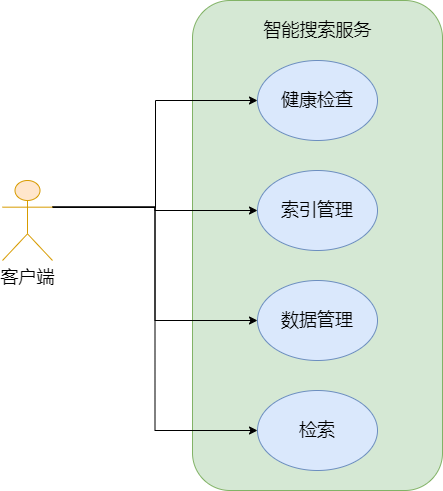
zjcDM/MRMD keeps this draw.io diagram as .settings/未命名绘图.drawio.png. Above is the earlier version. Source tidied: cells renumbered, new cells last; positions are measured from the earlier drawing's top-left corner, leaving out a move shared by most shapes.
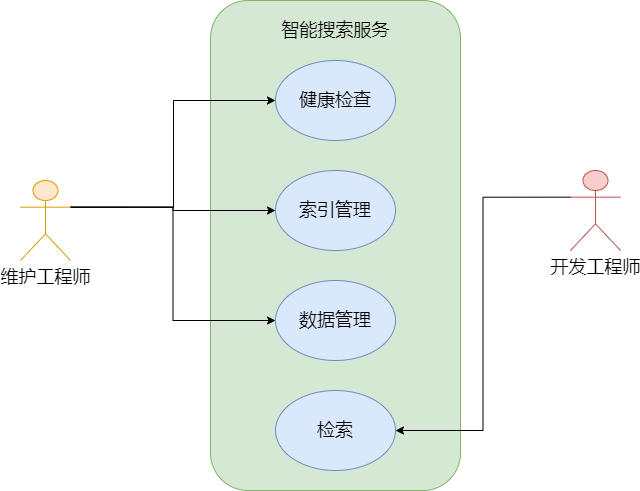
The same file after the commit.

Commit message:
智能搜索用例图.drawio.png

Diff of the diagram source:
```diff
@@ -19,10 +19,7 @@
     <mxCell id="5" style="edgeStyle=orthogonalEdgeStyle;rounded=0;jettySize=auto;html=1;exitX=1;exitY=0.3333333333333333;exitDx=0;exitDy=0;exitPerimeter=0;entryX=0;entryY=0.5;entryDx=0;entryDy=0;fontSize=18;" parent="1" edge="1" source="7" target="9">
       <mxGeometry relative="1" as="geometry" />
     </mxCell>
-    <mxCell id="6" style="edgeStyle=orthogonalEdgeStyle;rounded=0;jettySize=auto;html=1;exitX=1;exitY=0.3333333333333333;exitDx=0;exitDy=0;exitPerimeter=0;entryX=0;entryY=0.5;entryDx=0;entryDy=0;fontSize=18;" parent="1" edge="1" source="7" target="11">
-      <mxGeometry relative="1" as="geometry" />
-    </mxCell>
-    <mxCell id="7" value="&lt;font style=&quot;font-size: 18px&quot;&gt;客户端&lt;/font&gt;" style="shape=umlActor;verticalLabelPosition=bottom;verticalAlign=top;html=1;outlineConnect=0;fillColor=#ffe6cc;strokeColor=#d79b00;" parent="1" vertex="1">
+    <mxCell id="7" value="&lt;font style=&quot;font-size: 18px&quot;&gt;维护工程师&lt;/font&gt;" style="shape=umlActor;verticalLabelPosition=bottom;verticalAlign=top;html=1;outlineConnect=0;fillColor=#ffe6cc;strokeColor=#d79b00;" parent="1" vertex="1">
       <mxGeometry y="180" width="50" height="80" as="geometry" />
     </mxCell>
     <mxCell id="8" value="&lt;font style=&quot;font-size: 18px&quot;&gt;健康检查&lt;/font&gt;" style="ellipse;whiteSpace=wrap;html=1;fillColor=#dae8fc;strokeColor=#6c8ebf;" parent="1" vertex="1">
@@ -40,5 +37,11 @@
     <mxCell id="12" value="&lt;font style=&quot;font-size: 18px&quot;&gt;智能搜索服务&lt;/font&gt;" style="text;html=1;align=center;verticalAlign=middle;strokeColor=none;fillColor=none;" parent="1" vertex="1">
       <mxGeometry x="255" y="20" width="120" height="20" as="geometry" />
     </mxCell>
+    <mxCell id="13" style="edgeStyle=orthogonalEdgeStyle;rounded=0;jettySize=auto;html=1;exitX=0;exitY=0.3333333333333333;exitDx=0;exitDy=0;exitPerimeter=0;entryX=1;entryY=0.5;entryDx=0;entryDy=0;fontSize=18;" parent="1" edge="1" source="14" target="11">
+      <mxGeometry relative="1" as="geometry" />
+    </mxCell>
+    <mxCell id="14" value="&lt;font style=&quot;font-size: 18px&quot;&gt;开发工程师&lt;/font&gt;" style="shape=umlActor;verticalLabelPosition=bottom;verticalAlign=top;html=1;outlineConnect=0;fillColor=#f8cecc;strokeColor=#b85450;" parent="1" vertex="1">
+      <mxGeometry x="550" y="170" width="50" height="80" as="geometry" />
+    </mxCell>
   </root>
 </mxGraphModel>
```
